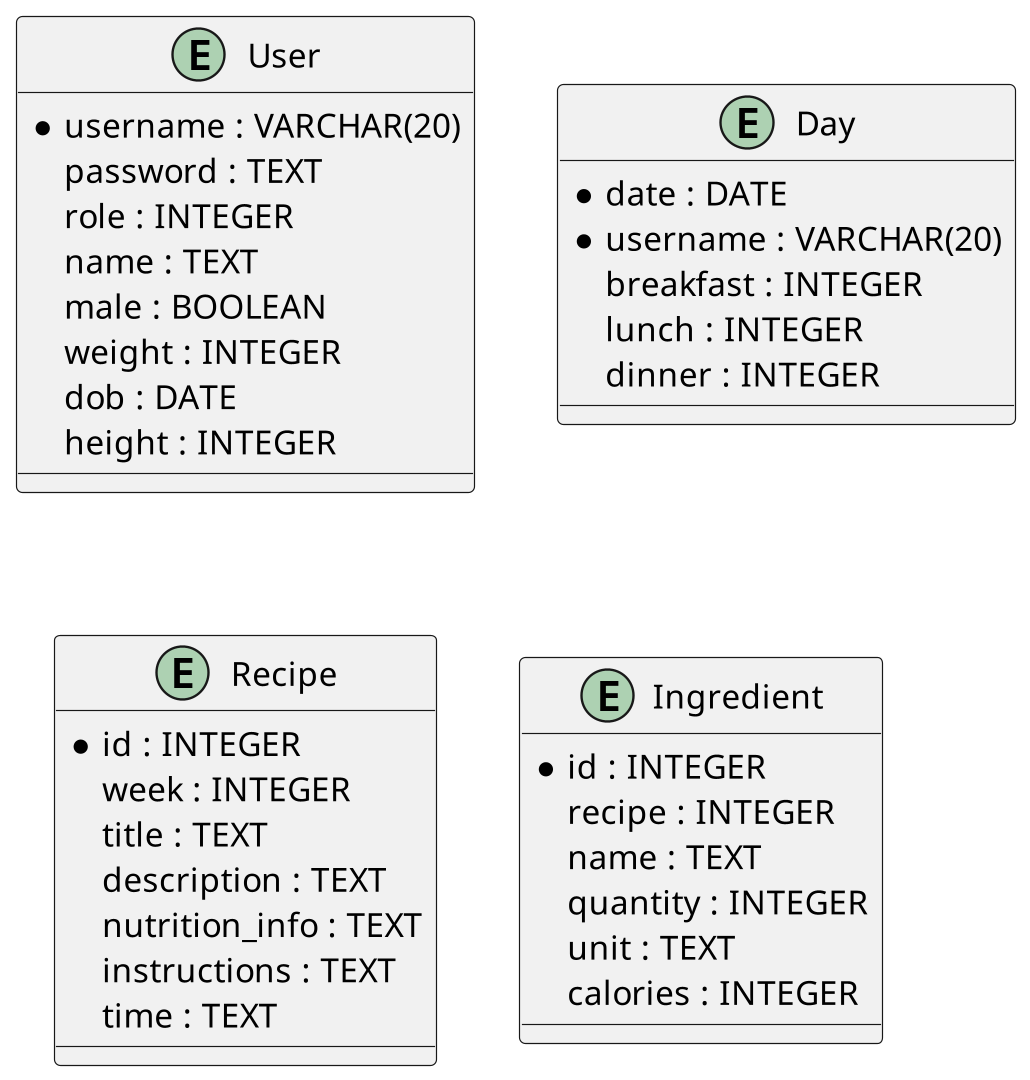
sofush/kostplan keeps this PlantUML diagram as diagram/entity-relationship.png. Above is the earlier version.
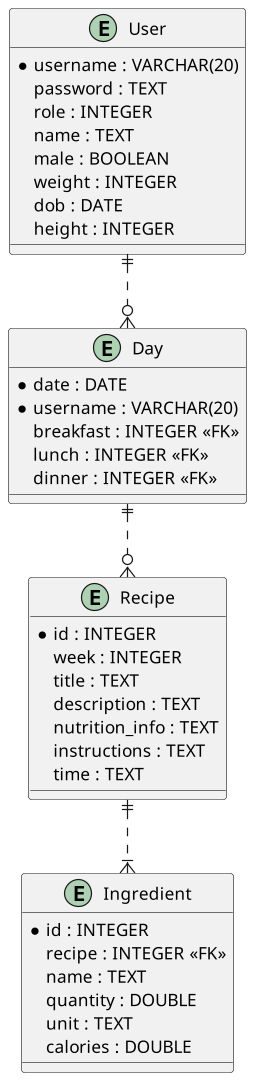
The same file after the commit.

Diff of the diagram source:
```diff
@@ -13,9 +13,9 @@
 entity Day {
 	*date : DATE
 	*{field} username : VARCHAR(20)
-	breakfast : INTEGER
-	lunch : INTEGER
-	dinner : INTEGER
+	breakfast : INTEGER <<FK>>
+	lunch : INTEGER <<FK>>
+	dinner : INTEGER <<FK>>
 }
 entity Recipe {
 	*id : INTEGER
@@ -28,10 +28,13 @@
 }
 entity Ingredient {
 	*id : INTEGER
-	recipe : INTEGER
+	recipe : INTEGER <<FK>>
 	name : TEXT
-	quantity : INTEGER
+	quantity : DOUBLE
 	unit : TEXT
-	calories : INTEGER
+	calories : DOUBLE
 }
+User ||..o{ Day
+Day ||..o{ Recipe
+Recipe ||..|{ Ingredient
 @enduml
```
